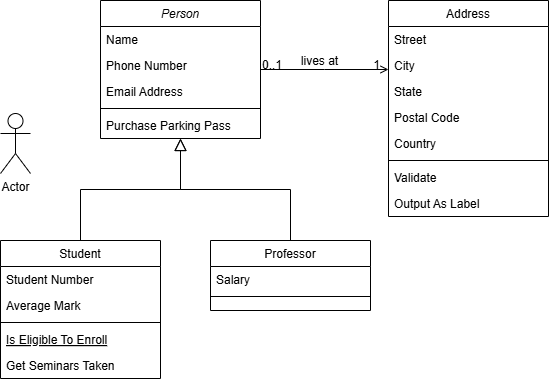
The draw.io diagram class.png in a-l-a-z-a-r/Chemical-Mixing-Data-Synthesis, before a commit. Source tidied: cells renumbered, new cells last; positions are measured from the earlier drawing's top-left corner, leaving out a move shared by most shapes.
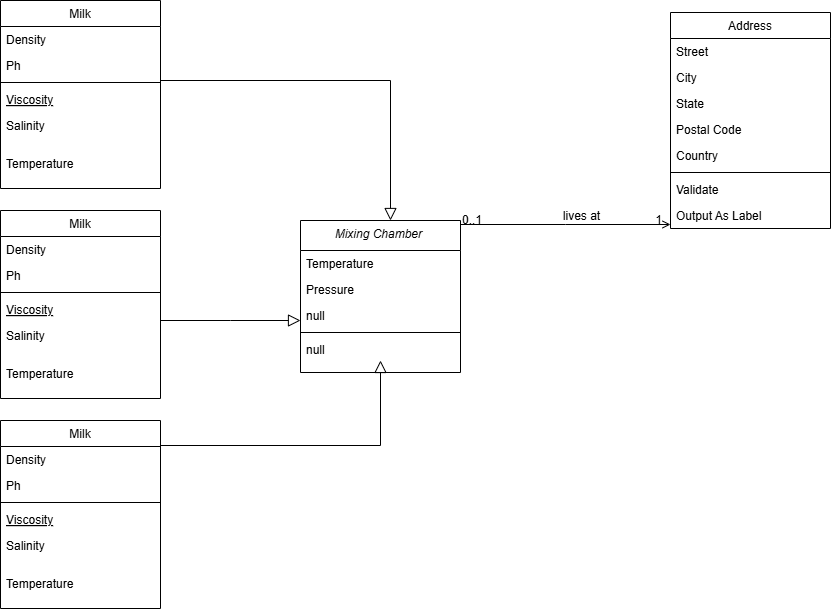
Above is the later version.

Diff of the diagram source:
```diff
@@ -2,59 +2,54 @@
   <root>
     <mxCell id="0" />
     <mxCell id="1" parent="0" />
-    <mxCell id="2" value="Person" style="swimlane;fontStyle=2;align=center;verticalAlign=top;horizontal=1;startSize=26;rounded=0;shadow=0;strokeWidth=1;" parent="1" vertex="1">
-      <mxGeometry x="100" width="160" height="138" as="geometry" />
+    <mxCell id="2" value="Mixing Chamber " style="swimlane;fontStyle=2;align=center;verticalAlign=top;horizontal=1;startSize=30;rounded=0;shadow=0;strokeWidth=1;" parent="1" vertex="1">
+      <mxGeometry x="190" y="180" width="160" height="152" as="geometry" />
     </mxCell>
-    <mxCell id="3" value="Name" style="text;align=left;verticalAlign=top;spacingLeft=4;spacingRight=4;overflow=hidden;" parent="2" vertex="1">
-      <mxGeometry y="26" width="160" height="26" as="geometry" />
+    <mxCell id="3" value="Temperature" style="text;align=left;verticalAlign=top;spacingLeft=4;spacingRight=4;overflow=hidden;" parent="2" vertex="1">
+      <mxGeometry y="30" width="160" height="26" as="geometry" />
     </mxCell>
-    <mxCell id="4" value="Phone Number" style="text;align=left;verticalAlign=top;spacingLeft=4;spacingRight=4;overflow=hidden;rounded=0;shadow=0;html=0;" parent="2" vertex="1">
-      <mxGeometry y="52" width="160" height="26" as="geometry" />
+    <mxCell id="4" value="Pressure" style="text;align=left;verticalAlign=top;spacingLeft=4;spacingRight=4;overflow=hidden;rounded=0;shadow=0;html=0;" parent="2" vertex="1">
+      <mxGeometry y="56" width="160" height="26" as="geometry" />
     </mxCell>
-    <mxCell id="5" value="Email Address" style="text;align=left;verticalAlign=top;spacingLeft=4;spacingRight=4;overflow=hidden;rounded=0;shadow=0;html=0;" parent="2" vertex="1">
-      <mxGeometry y="78" width="160" height="26" as="geometry" />
+    <mxCell id="5" value="null" style="text;align=left;verticalAlign=top;spacingLeft=4;spacingRight=4;overflow=hidden;rounded=0;shadow=0;html=0;" parent="2" vertex="1">
+      <mxGeometry y="82" width="160" height="26" as="geometry" />
     </mxCell>
     <mxCell id="6" style="line;html=1;strokeWidth=1;align=left;verticalAlign=middle;spacingTop=-1;spacingLeft=3;spacingRight=3;labelPosition=right;" parent="2" vertex="1">
-      <mxGeometry y="104" width="160" height="8" as="geometry" />
+      <mxGeometry y="108" width="160" height="8" as="geometry" />
     </mxCell>
-    <mxCell id="7" value="Purchase Parking Pass" style="text;align=left;verticalAlign=top;spacingLeft=4;spacingRight=4;overflow=hidden;" parent="2" vertex="1">
-      <mxGeometry y="112" width="160" height="26" as="geometry" />
+    <mxCell id="7" value="null" style="text;align=left;verticalAlign=top;spacingLeft=4;spacingRight=4;overflow=hidden;" parent="2" vertex="1">
+      <mxGeometry y="116" width="160" height="26" as="geometry" />
     </mxCell>
-    <mxCell id="8" value="Student" style="swimlane;fontStyle=0;align=center;verticalAlign=top;horizontal=1;startSize=26;rounded=0;shadow=0;strokeWidth=1;" parent="1" vertex="1">
-      <mxGeometry y="240" width="160" height="138" as="geometry" />
+    <mxCell id="8" value="Milk" style="swimlane;fontStyle=0;align=center;verticalAlign=top;horizontal=1;startSize=26;rounded=0;shadow=0;strokeWidth=1;" parent="1" vertex="1">
+      <mxGeometry x="-110" y="-40" width="160" height="188" as="geometry" />
     </mxCell>
-    <mxCell id="9" value="Student Number" style="text;align=left;verticalAlign=top;spacingLeft=4;spacingRight=4;overflow=hidden;" parent="8" vertex="1">
+    <mxCell id="9" value="Density" style="text;align=left;verticalAlign=top;spacingLeft=4;spacingRight=4;overflow=hidden;" parent="8" vertex="1">
       <mxGeometry y="26" width="160" height="26" as="geometry" />
     </mxCell>
-    <mxCell id="10" value="Average Mark" style="text;align=left;verticalAlign=top;spacingLeft=4;spacingRight=4;overflow=hidden;rounded=0;shadow=0;html=0;" parent="8" vertex="1">
+    <mxCell id="10" value="Ph" style="text;align=left;verticalAlign=top;spacingLeft=4;spacingRight=4;overflow=hidden;rounded=0;shadow=0;html=0;" parent="8" vertex="1">
       <mxGeometry y="52" width="160" height="26" as="geometry" />
     </mxCell>
     <mxCell id="11" style="line;html=1;strokeWidth=1;align=left;verticalAlign=middle;spacingTop=-1;spacingLeft=3;spacingRight=3;labelPosition=right;" parent="8" vertex="1">
       <mxGeometry y="78" width="160" height="8" as="geometry" />
     </mxCell>
-    <mxCell id="12" value="Is Eligible To Enroll" style="text;align=left;verticalAlign=top;spacingLeft=4;spacingRight=4;overflow=hidden;fontStyle=4;" parent="8" vertex="1">
+    <mxCell id="12" value="Viscosity" style="text;align=left;verticalAlign=top;spacingLeft=4;spacingRight=4;overflow=hidden;fontStyle=4;" parent="8" vertex="1">
       <mxGeometry y="86" width="160" height="26" as="geometry" />
     </mxCell>
-    <mxCell id="13" value="Get Seminars Taken" style="text;align=left;verticalAlign=top;spacingLeft=4;spacingRight=4;overflow=hidden;" parent="8" vertex="1">
-      <mxGeometry y="112" width="160" height="26" as="geometry" />
+    <mxCell id="13" value="Salinity&#10;" style="text;align=left;verticalAlign=top;spacingLeft=4;spacingRight=4;overflow=hidden;" parent="8" vertex="1">
+      <mxGeometry y="112" width="160" height="38" as="geometry" />
     </mxCell>
+    <mxCell id="33" value="Temperature" style="text;align=left;verticalAlign=top;spacingLeft=4;spacingRight=4;overflow=hidden;" parent="8" vertex="1">
+      <mxGeometry y="150" width="160" height="38" as="geometry" />
+    </mxCell>
     <mxCell id="14" style="endArrow=block;endSize=10;endFill=0;shadow=0;strokeWidth=1;rounded=0;curved=0;edgeStyle=elbowEdgeStyle;elbow=vertical;" parent="1" edge="1" source="8" target="2">
-      <mxGeometry relative="1" as="geometry" />
+      <mxGeometry relative="1" as="geometry">
+        <Array as="points">
+          <mxPoint x="280" y="40" />
+        </Array>
+      </mxGeometry>
     </mxCell>
-    <mxCell id="15" value="Professor" style="swimlane;fontStyle=0;align=center;verticalAlign=top;horizontal=1;startSize=26;rounded=0;shadow=0;strokeWidth=1;" parent="1" vertex="1">
-      <mxGeometry x="210" y="240" width="160" height="70" as="geometry" />
-    </mxCell>
-    <mxCell id="16" value="Salary" style="text;align=left;verticalAlign=top;spacingLeft=4;spacingRight=4;overflow=hidden;" parent="15" vertex="1">
-      <mxGeometry y="26" width="160" height="26" as="geometry" />
-    </mxCell>
-    <mxCell id="17" style="line;html=1;strokeWidth=1;align=left;verticalAlign=middle;spacingTop=-1;spacingLeft=3;spacingRight=3;labelPosition=right;" parent="15" vertex="1">
-      <mxGeometry y="52" width="160" height="8" as="geometry" />
-    </mxCell>
-    <mxCell id="18" style="endArrow=block;endSize=10;endFill=0;shadow=0;strokeWidth=1;rounded=0;curved=0;edgeStyle=elbowEdgeStyle;elbow=vertical;" parent="1" edge="1" source="15" target="2">
-      <mxGeometry relative="1" as="geometry" />
-    </mxCell>
     <mxCell id="19" value="Address" style="swimlane;fontStyle=0;align=center;verticalAlign=top;horizontal=1;startSize=26;rounded=0;shadow=0;strokeWidth=1;" parent="1" vertex="1">
-      <mxGeometry x="388" width="160" height="216" as="geometry" />
+      <mxGeometry x="560" y="-28" width="160" height="216" as="geometry" />
     </mxCell>
     <mxCell id="20" value="Street" style="text;align=left;verticalAlign=top;spacingLeft=4;spacingRight=4;overflow=hidden;" parent="19" vertex="1">
       <mxGeometry y="26" width="160" height="26" as="geometry" />
@@ -100,8 +95,59 @@
         <mxPoint x="-38" y="40" as="offset" />
       </mxGeometry>
     </mxCell>
-    <mxCell id="32" value="Actor" style="shape=umlActor;verticalLabelPosition=bottom;verticalAlign=top;html=1;" parent="1" vertex="1">
-      <mxGeometry y="113" width="30" height="60" as="geometry" />
-    </mxCell>
+    <mxCell id="34" value="Milk" style="swimlane;fontStyle=0;align=center;verticalAlign=top;horizontal=1;startSize=26;rounded=0;shadow=0;strokeWidth=1;" parent="1" vertex="1">
+      <mxGeometry x="-110" y="170" width="160" height="188" as="geometry" />
+    </mxCell>
+    <mxCell id="35" value="Density" style="text;align=left;verticalAlign=top;spacingLeft=4;spacingRight=4;overflow=hidden;" parent="34" vertex="1">
+      <mxGeometry y="26" width="160" height="26" as="geometry" />
+    </mxCell>
+    <mxCell id="36" value="Ph" style="text;align=left;verticalAlign=top;spacingLeft=4;spacingRight=4;overflow=hidden;rounded=0;shadow=0;html=0;" parent="34" vertex="1">
+      <mxGeometry y="52" width="160" height="26" as="geometry" />
+    </mxCell>
+    <mxCell id="37" style="line;html=1;strokeWidth=1;align=left;verticalAlign=middle;spacingTop=-1;spacingLeft=3;spacingRight=3;labelPosition=right;" parent="34" vertex="1">
+      <mxGeometry y="78" width="160" height="8" as="geometry" />
+    </mxCell>
+    <mxCell id="38" value="Viscosity" style="text;align=left;verticalAlign=top;spacingLeft=4;spacingRight=4;overflow=hidden;fontStyle=4;" parent="34" vertex="1">
+      <mxGeometry y="86" width="160" height="26" as="geometry" />
+    </mxCell>
+    <mxCell id="39" value="Salinity&#10;" style="text;align=left;verticalAlign=top;spacingLeft=4;spacingRight=4;overflow=hidden;" parent="34" vertex="1">
+      <mxGeometry y="112" width="160" height="38" as="geometry" />
+    </mxCell>
+    <mxCell id="40" value="Temperature" style="text;align=left;verticalAlign=top;spacingLeft=4;spacingRight=4;overflow=hidden;" parent="34" vertex="1">
+      <mxGeometry y="150" width="160" height="38" as="geometry" />
+    </mxCell>
+    <mxCell id="41" value="Milk" style="swimlane;fontStyle=0;align=center;verticalAlign=top;horizontal=1;startSize=26;rounded=0;shadow=0;strokeWidth=1;" parent="1" vertex="1">
+      <mxGeometry x="-110" y="380" width="160" height="188" as="geometry" />
+    </mxCell>
+    <mxCell id="42" value="Density" style="text;align=left;verticalAlign=top;spacingLeft=4;spacingRight=4;overflow=hidden;" parent="41" vertex="1">
+      <mxGeometry y="26" width="160" height="26" as="geometry" />
+    </mxCell>
+    <mxCell id="43" value="Ph" style="text;align=left;verticalAlign=top;spacingLeft=4;spacingRight=4;overflow=hidden;rounded=0;shadow=0;html=0;" parent="41" vertex="1">
+      <mxGeometry y="52" width="160" height="26" as="geometry" />
+    </mxCell>
+    <mxCell id="44" style="line;html=1;strokeWidth=1;align=left;verticalAlign=middle;spacingTop=-1;spacingLeft=3;spacingRight=3;labelPosition=right;" parent="41" vertex="1">
+      <mxGeometry y="78" width="160" height="8" as="geometry" />
+    </mxCell>
+    <mxCell id="45" value="Viscosity" style="text;align=left;verticalAlign=top;spacingLeft=4;spacingRight=4;overflow=hidden;fontStyle=4;" parent="41" vertex="1">
+      <mxGeometry y="86" width="160" height="26" as="geometry" />
+    </mxCell>
+    <mxCell id="46" value="Salinity&#10;" style="text;align=left;verticalAlign=top;spacingLeft=4;spacingRight=4;overflow=hidden;" parent="41" vertex="1">
+      <mxGeometry y="112" width="160" height="38" as="geometry" />
+    </mxCell>
+    <mxCell id="47" value="Temperature" style="text;align=left;verticalAlign=top;spacingLeft=4;spacingRight=4;overflow=hidden;" parent="41" vertex="1">
+      <mxGeometry y="150" width="160" height="38" as="geometry" />
+    </mxCell>
+    <mxCell id="48" style="endArrow=block;endSize=10;endFill=0;shadow=0;strokeWidth=1;rounded=0;curved=0;edgeStyle=elbowEdgeStyle;elbow=vertical;" parent="1" edge="1">
+      <mxGeometry relative="1" as="geometry">
+        <mxPoint x="50" y="490" as="sourcePoint" />
+        <mxPoint x="270" y="320" as="targetPoint" />
+      </mxGeometry>
+    </mxCell>
+    <mxCell id="49" style="endArrow=block;endSize=10;endFill=0;shadow=0;strokeWidth=1;rounded=0;curved=0;edgeStyle=elbowEdgeStyle;elbow=vertical;" parent="1" edge="1">
+      <mxGeometry relative="1" as="geometry">
+        <mxPoint x="50" y="280" as="sourcePoint" />
+        <mxPoint x="190" y="280" as="targetPoint" />
+      </mxGeometry>
+    </mxCell>
   </root>
 </mxGraphModel>
```
